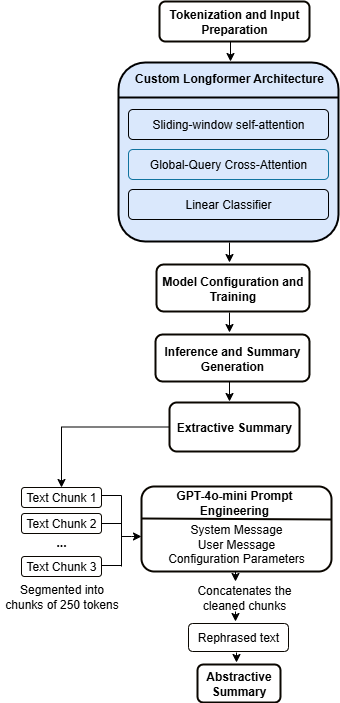
The draw.io diagram images/architecture_approach.png in Maryam1104/hallucination-mitigation-nlp, before a commit. Source tidied: cells renumbered, new cells last; positions are measured from the earlier drawing's top-left corner, leaving out a move shared by most shapes.
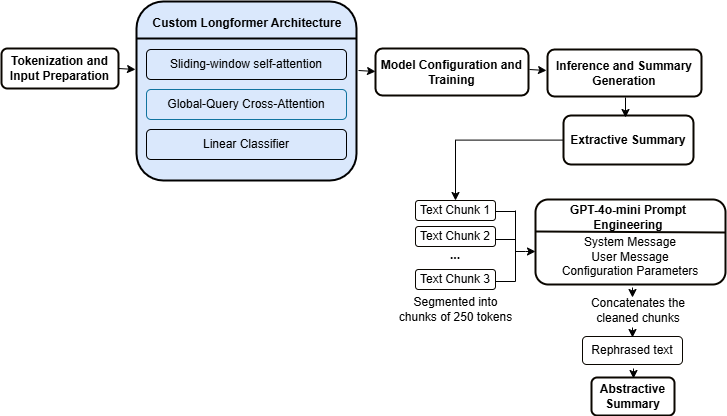
After the commit.

Commit message:
architecture diagram updated

The edit, as a diff of the source:
```diff
@@ -3,161 +3,160 @@
     <mxCell id="0" />
     <mxCell id="1" parent="0" />
     <mxCell id="2" value="&lt;b&gt;Tokenization and Input Preparation&lt;/b&gt;" style="rounded=1;whiteSpace=wrap;html=1;strokeWidth=2;strokeColor=light-dark(#0a0600, #54a9ce);fillColor=none;" parent="1" vertex="1">
-      <mxGeometry x="159" width="150" height="40" as="geometry" />
+      <mxGeometry x="-26" width="117" height="40" as="geometry" />
     </mxCell>
     <mxCell id="3" style="rounded=1;whiteSpace=wrap;html=1;strokeWidth=2;strokeColor=light-dark(#000000, #5c79a3);fillColor=#dae8fc;" parent="1" vertex="1">
-      <mxGeometry x="118" y="61" width="220" height="179" as="geometry" />
+      <mxGeometry x="109" y="-47" width="220" height="179" as="geometry" />
     </mxCell>
     <mxCell id="4" style="line;strokeWidth=2;html=1;strokeColor=default;" parent="1" vertex="1">
-      <mxGeometry x="118" y="91" width="220" height="10" as="geometry" />
+      <mxGeometry x="109" y="-15" width="220" height="10" as="geometry" />
     </mxCell>
     <mxCell id="5" value="Custom Longformer Architecture" style="text;html=1;align=center;verticalAlign=middle;whiteSpace=wrap;rounded=0;fontStyle=1;" parent="1" vertex="1">
-      <mxGeometry x="124" y="62" width="210" height="30" as="geometry" />
+      <mxGeometry x="115" y="-40" width="210" height="30" as="geometry" />
     </mxCell>
-    <mxCell id="6" style="edgeStyle=orthogonalEdgeStyle;rounded=0;orthogonalLoop=1;jettySize=auto;html=1;" parent="1" edge="1">
-      <mxGeometry relative="1" as="geometry">
-        <mxPoint x="229" y="241" as="sourcePoint" />
-        <mxPoint x="229" y="261" as="targetPoint" />
-      </mxGeometry>
-    </mxCell>
     <mxCell id="7" value="&lt;b&gt;Model Configuration and Training&lt;/b&gt;" style="rounded=1;whiteSpace=wrap;html=1;strokeWidth=2;strokeColor=light-dark(#0a0600, #54a9ce);fillColor=none;" parent="1" vertex="1">
-      <mxGeometry x="156" y="263" width="153" height="47" as="geometry" />
+      <mxGeometry x="348" width="153" height="47" as="geometry" />
     </mxCell>
     <mxCell id="8" value="&lt;b&gt;Inference and Summary Generation&lt;/b&gt;" style="rounded=1;whiteSpace=wrap;html=1;strokeWidth=2;strokeColor=light-dark(#0a0600, #54a9ce);fillColor=none;" parent="1" vertex="1">
-      <mxGeometry x="155" y="333" width="154" height="47" as="geometry" />
+      <mxGeometry x="520" y="1" width="154" height="47" as="geometry" />
     </mxCell>
-    <mxCell id="9" style="edgeStyle=orthogonalEdgeStyle;rounded=0;orthogonalLoop=1;jettySize=auto;html=1;" parent="1" edge="1">
-      <mxGeometry relative="1" as="geometry">
-        <mxPoint x="229" y="311" as="sourcePoint" />
-        <mxPoint x="229" y="331" as="targetPoint" />
-      </mxGeometry>
-    </mxCell>
     <mxCell id="10" style="edgeStyle=orthogonalEdgeStyle;rounded=0;jettySize=auto;html=1;fontFamily=Helvetica;fontSize=16;fontColor=default;entryX=0.5;entryY=0;entryDx=0;entryDy=0;" parent="1" edge="1" source="11" target="14">
       <mxGeometry relative="1" as="geometry" />
     </mxCell>
     <mxCell id="11" value="&lt;b&gt;Extractive Summary&lt;/b&gt;" style="rounded=1;whiteSpace=wrap;html=1;strokeWidth=2;strokeColor=light-dark(#0a0600, #54a9ce);fillColor=none;" parent="1" vertex="1">
-      <mxGeometry x="169" y="401" width="130" height="49" as="geometry" />
+      <mxGeometry x="536" y="67" width="130" height="49" as="geometry" />
     </mxCell>
-    <mxCell id="12" style="edgeStyle=orthogonalEdgeStyle;rounded=0;orthogonalLoop=1;jettySize=auto;html=1;" parent="1" edge="1">
-      <mxGeometry relative="1" as="geometry">
-        <mxPoint x="229" y="380" as="sourcePoint" />
-        <mxPoint x="229" y="400" as="targetPoint" />
-      </mxGeometry>
-    </mxCell>
-    <mxCell id="13" style="edgeStyle=orthogonalEdgeStyle;rounded=0;orthogonalLoop=1;jettySize=auto;html=1;" parent="1" edge="1">
-      <mxGeometry relative="1" as="geometry">
-        <mxPoint x="230" y="40" as="sourcePoint" />
-        <mxPoint x="230" y="60" as="targetPoint" />
-      </mxGeometry>
-    </mxCell>
     <mxCell id="14" value="Text Chunk 1" style="rounded=1;whiteSpace=wrap;html=1;strokeWidth=1;strokeColor=light-dark(#0a0600, #c98531);fillColor=none;" parent="1" vertex="1">
-      <mxGeometry x="21" y="486" width="80" height="20" as="geometry" />
+      <mxGeometry x="388" y="152" width="80" height="20" as="geometry" />
     </mxCell>
     <mxCell id="15" value="Text Chunk 2" style="rounded=1;whiteSpace=wrap;html=1;strokeWidth=1;strokeColor=light-dark(#0a0600, #c98531);fillColor=none;" parent="1" vertex="1">
-      <mxGeometry x="21" y="512" width="80" height="20" as="geometry" />
+      <mxGeometry x="388" y="178" width="80" height="20" as="geometry" />
     </mxCell>
     <mxCell id="16" value="Text Chunk 3" style="rounded=1;whiteSpace=wrap;html=1;strokeWidth=1;strokeColor=light-dark(#0a0600, #c98531);fillColor=none;" parent="1" vertex="1">
-      <mxGeometry x="21" y="555" width="80" height="20" as="geometry" />
+      <mxGeometry x="388" y="221" width="80" height="20" as="geometry" />
     </mxCell>
     <mxCell id="17" value="&lt;b&gt;...&lt;/b&gt;" style="text;html=1;align=center;verticalAlign=middle;whiteSpace=wrap;rounded=0;" parent="1" vertex="1">
-      <mxGeometry x="31" y="535.5" width="60" height="10" as="geometry" />
+      <mxGeometry x="398" y="201.5" width="60" height="10" as="geometry" />
     </mxCell>
     <mxCell id="18" style="endArrow=none;html=1;rounded=0;exitX=1;exitY=0.5;exitDx=0;exitDy=0;strokeColor=default;" parent="1" edge="1">
       <mxGeometry relative="1" as="geometry">
-        <mxPoint x="101" y="494" as="sourcePoint" />
-        <mxPoint x="121" y="494" as="targetPoint" />
+        <mxPoint x="468" y="163" as="sourcePoint" />
+        <mxPoint x="488" y="163" as="targetPoint" />
       </mxGeometry>
     </mxCell>
     <mxCell id="19" style="endArrow=none;html=1;rounded=0;exitX=1;exitY=0.5;exitDx=0;exitDy=0;strokeColor=default;" parent="1" edge="1">
       <mxGeometry relative="1" as="geometry">
-        <mxPoint x="101" y="522" as="sourcePoint" />
-        <mxPoint x="121" y="522" as="targetPoint" />
+        <mxPoint x="468" y="191" as="sourcePoint" />
+        <mxPoint x="488" y="191" as="targetPoint" />
       </mxGeometry>
     </mxCell>
     <mxCell id="20" style="endArrow=none;html=1;rounded=0;exitX=1;exitY=0.5;exitDx=0;exitDy=0;strokeColor=default;" parent="1" edge="1">
       <mxGeometry relative="1" as="geometry">
-        <mxPoint x="101" y="564" as="sourcePoint" />
-        <mxPoint x="121" y="564" as="targetPoint" />
+        <mxPoint x="468" y="233" as="sourcePoint" />
+        <mxPoint x="488" y="233" as="targetPoint" />
       </mxGeometry>
     </mxCell>
     <mxCell id="21" style="endArrow=none;html=1;rounded=0;" parent="1" edge="1">
       <mxGeometry relative="1" as="geometry">
-        <mxPoint x="121" y="565" as="sourcePoint" />
-        <mxPoint x="121" y="494" as="targetPoint" />
+        <mxPoint x="488" y="233" as="sourcePoint" />
+        <mxPoint x="488" y="162" as="targetPoint" />
       </mxGeometry>
     </mxCell>
     <mxCell id="22" style="edgeStyle=orthogonalEdgeStyle;rounded=0;orthogonalLoop=1;jettySize=auto;html=1;" parent="1" edge="1">
       <mxGeometry relative="1" as="geometry">
-        <mxPoint x="121" y="535" as="sourcePoint" />
-        <mxPoint x="141" y="535" as="targetPoint" />
+        <mxPoint x="488" y="203" as="sourcePoint" />
+        <mxPoint x="508" y="203" as="targetPoint" />
         <Array as="points">
-          <mxPoint x="131" y="535" />
-          <mxPoint x="131" y="535" />
+          <mxPoint x="498" y="203" />
+          <mxPoint x="498" y="203" />
         </Array>
       </mxGeometry>
     </mxCell>
     <mxCell id="23" value="Segmented into chunks of 250 tokens" style="text;html=1;align=center;verticalAlign=middle;whiteSpace=wrap;rounded=0;" parent="1" vertex="1">
-      <mxGeometry x="-0.5" y="580" width="123" height="30" as="geometry" />
+      <mxGeometry x="366.5" y="246" width="123" height="30" as="geometry" />
     </mxCell>
     <mxCell id="24" value="&lt;div&gt;&lt;br&gt;&lt;/div&gt;&lt;div&gt;&lt;br&gt;&lt;/div&gt;System Message&lt;div&gt;&lt;div&gt;User Message&lt;/div&gt;&lt;div&gt;Configuration Parameters&lt;/div&gt;&lt;/div&gt;" style="rounded=1;whiteSpace=wrap;html=1;fillColor=none;strokeColor=light-dark(#0a0600, #c98531);strokeWidth=2;" parent="1" vertex="1">
-      <mxGeometry x="141" y="485" width="190" height="85" as="geometry" />
+      <mxGeometry x="508" y="151" width="190" height="85" as="geometry" />
     </mxCell>
     <mxCell id="25" style="endArrow=none;html=1;rounded=0;fillColor=#fad7ac;strokeColor=light-dark(#0a0600, #c98531);strokeWidth=2;" parent="1" edge="1">
       <mxGeometry relative="1" as="geometry">
-        <mxPoint x="141" y="517" as="sourcePoint" />
-        <mxPoint x="331" y="518" as="targetPoint" />
+        <mxPoint x="508" y="183" as="sourcePoint" />
+        <mxPoint x="698" y="184" as="targetPoint" />
       </mxGeometry>
     </mxCell>
     <mxCell id="26" value="GPT-4o-mini&amp;nbsp;Prompt Engineering" style="text;html=1;align=center;verticalAlign=middle;whiteSpace=wrap;rounded=0;fontStyle=1;" parent="1" vertex="1">
-      <mxGeometry x="149" y="486" width="170" height="29" as="geometry" />
+      <mxGeometry x="516" y="154" width="170" height="29" as="geometry" />
     </mxCell>
     <mxCell id="27" value="Concatenates the cleaned chunks" style="text;html=1;align=center;verticalAlign=middle;whiteSpace=wrap;rounded=0;" parent="1" vertex="1">
-      <mxGeometry x="181" y="581" width="126" height="30" as="geometry" />
+      <mxGeometry x="548" y="247" width="126" height="30" as="geometry" />
     </mxCell>
     <mxCell id="28" value="Rephrased text" style="rounded=1;whiteSpace=wrap;html=1;strokeWidth=1;strokeColor=light-dark(#0a0600, #c98531);fillColor=none;" parent="1" vertex="1">
-      <mxGeometry x="188" y="622" width="100" height="28" as="geometry" />
+      <mxGeometry x="555" y="288" width="100" height="28" as="geometry" />
     </mxCell>
     <mxCell id="29" value="Abstractive Summary" style="rounded=1;whiteSpace=wrap;html=1;strokeWidth=2;strokeColor=light-dark(#0a0600, #c98531);fillColor=none;fontStyle=1;gradientColor=#ffd966;" parent="1" vertex="1">
-      <mxGeometry x="197" y="663" width="83" height="38" as="geometry" />
+      <mxGeometry x="564" y="329" width="83" height="38" as="geometry" />
     </mxCell>
     <mxCell id="30" style="edgeStyle=orthogonalEdgeStyle;rounded=0;orthogonalLoop=1;jettySize=auto;html=1;" parent="1" edge="1">
       <mxGeometry relative="1" as="geometry">
-        <mxPoint x="235" y="570" as="sourcePoint" />
-        <mxPoint x="235" y="580" as="targetPoint" />
+        <mxPoint x="605" y="239" as="sourcePoint" />
+        <mxPoint x="605" y="249" as="targetPoint" />
         <Array as="points">
-          <mxPoint x="235" y="580" />
-          <mxPoint x="235" y="580" />
+          <mxPoint x="605" y="249" />
+          <mxPoint x="605" y="249" />
         </Array>
       </mxGeometry>
     </mxCell>
     <mxCell id="31" style="edgeStyle=orthogonalEdgeStyle;rounded=0;orthogonalLoop=1;jettySize=auto;html=1;" parent="1" edge="1">
       <mxGeometry relative="1" as="geometry">
-        <mxPoint x="235" y="610" as="sourcePoint" />
-        <mxPoint x="235" y="620" as="targetPoint" />
+        <mxPoint x="605" y="279" as="sourcePoint" />
+        <mxPoint x="605" y="289" as="targetPoint" />
         <Array as="points">
-          <mxPoint x="235" y="620" />
-          <mxPoint x="235" y="620" />
+          <mxPoint x="605" y="289" />
+          <mxPoint x="605" y="289" />
         </Array>
       </mxGeometry>
     </mxCell>
     <mxCell id="32" style="edgeStyle=orthogonalEdgeStyle;rounded=0;orthogonalLoop=1;jettySize=auto;html=1;" parent="1" edge="1">
       <mxGeometry relative="1" as="geometry">
-        <mxPoint x="236" y="651" as="sourcePoint" />
-        <mxPoint x="236" y="661" as="targetPoint" />
+        <mxPoint x="606" y="320" as="sourcePoint" />
+        <mxPoint x="606" y="330" as="targetPoint" />
         <Array as="points">
-          <mxPoint x="236" y="661" />
-          <mxPoint x="236" y="661" />
+          <mxPoint x="606" y="330" />
+          <mxPoint x="606" y="330" />
         </Array>
       </mxGeometry>
     </mxCell>
     <mxCell id="33" value="&lt;div style=&quot;&quot;&gt;Sliding-window self-attention&lt;/div&gt;" style="rounded=1;whiteSpace=wrap;html=1;strokeWidth=1;strokeColor=light-dark(#000000, #54a9ce);fillColor=none;align=center;fontStyle=0;textDirection=ltr;" parent="1" vertex="1">
-      <mxGeometry x="128" y="108" width="200" height="30" as="geometry" />
+      <mxGeometry x="119" y="1" width="200" height="30" as="geometry" />
     </mxCell>
     <mxCell id="34" value="Global-Query Cross-Attention" style="rounded=1;whiteSpace=wrap;html=1;strokeWidth=1;strokeColor=#10739e;fillColor=none;align=center;fontStyle=0;textDirection=ltr;" parent="1" vertex="1">
-      <mxGeometry x="128" y="148" width="200" height="30" as="geometry" />
+      <mxGeometry x="119" y="41" width="200" height="30" as="geometry" />
     </mxCell>
     <mxCell id="35" value="Linear Classifier" style="rounded=1;whiteSpace=wrap;html=1;strokeWidth=1;strokeColor=light-dark(#000000, #54a9ce);fillColor=none;align=center;fontStyle=0;textDirection=ltr;" parent="1" vertex="1">
-      <mxGeometry x="128" y="188" width="200" height="30" as="geometry" />
+      <mxGeometry x="119" y="81" width="200" height="30" as="geometry" />
     </mxCell>
+    <mxCell id="36" style="endArrow=classic;html=1;rounded=0;exitX=1;exitY=0.5;exitDx=0;exitDy=0;" parent="1" edge="1" source="2">
+      <mxGeometry relative="1" as="geometry">
+        <mxPoint x="108" y="21" as="targetPoint" />
+      </mxGeometry>
+    </mxCell>
+    <mxCell id="37" style="endArrow=classic;html=1;rounded=0;exitX=1;exitY=0.5;exitDx=0;exitDy=0;" parent="1" edge="1">
+      <mxGeometry relative="1" as="geometry">
+        <mxPoint x="331" y="22" as="sourcePoint" />
+        <mxPoint x="348" y="23" as="targetPoint" />
+      </mxGeometry>
+    </mxCell>
+    <mxCell id="38" style="endArrow=classic;html=1;rounded=0;exitX=1;exitY=0.5;exitDx=0;exitDy=0;" parent="1" edge="1">
+      <mxGeometry relative="1" as="geometry">
+        <mxPoint x="502" y="21" as="sourcePoint" />
+        <mxPoint x="519" y="22" as="targetPoint" />
+      </mxGeometry>
+    </mxCell>
+    <mxCell id="39" style="edgeStyle=orthogonalEdgeStyle;rounded=0;orthogonalLoop=1;jettySize=auto;html=1;" parent="1" edge="1">
+      <mxGeometry relative="1" as="geometry">
+        <mxPoint x="598" y="49" as="sourcePoint" />
+        <mxPoint x="598" y="69" as="targetPoint" />
+      </mxGeometry>
+    </mxCell>
   </root>
 </mxGraphModel>
```
